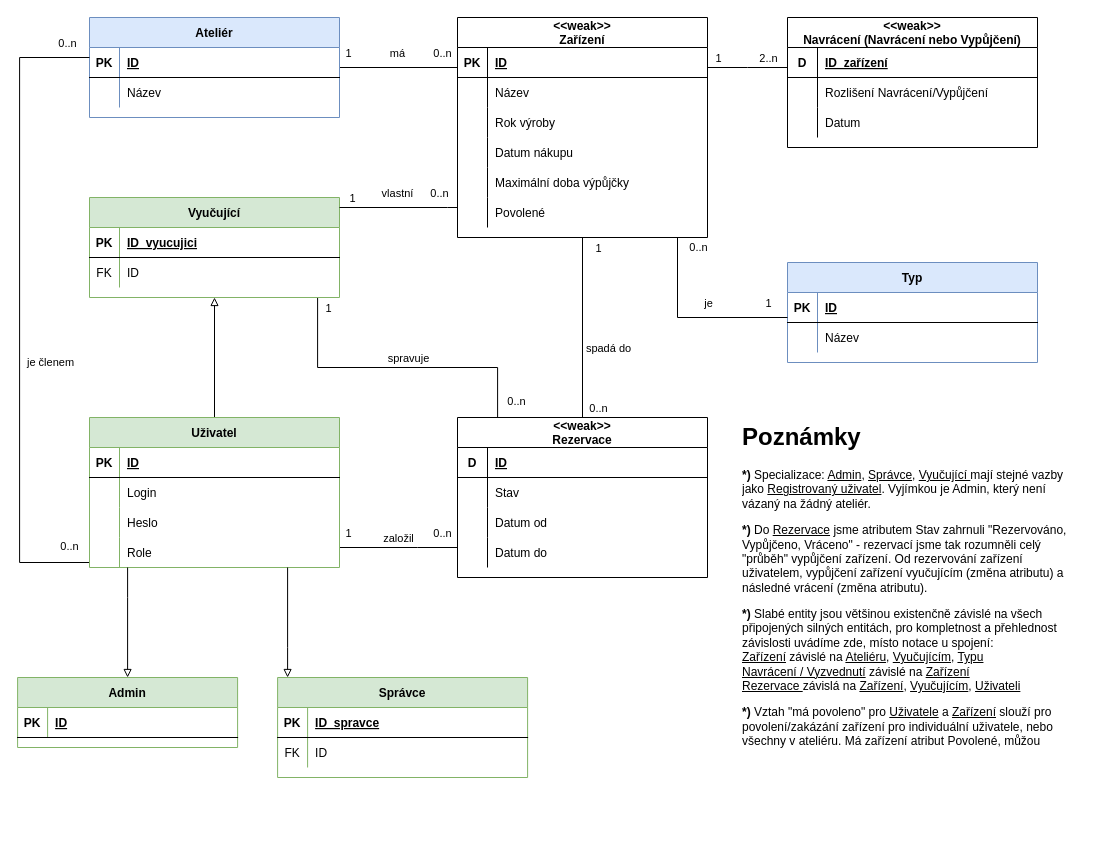
The draw.io diagram page "ER Diagram" (1 of 2) of docs/Diagramy.drawio in petr-plihal/is-for-art-school, before the edit. Source tidied: cells renumbered, new cells numbered last; positions are measured from the earlier drawing's top-left corner, leaving out a move shared by most shapes. Both pictures are drawn from the tidied source at 100%, with x=0, y=0 at pixel (17, 17).
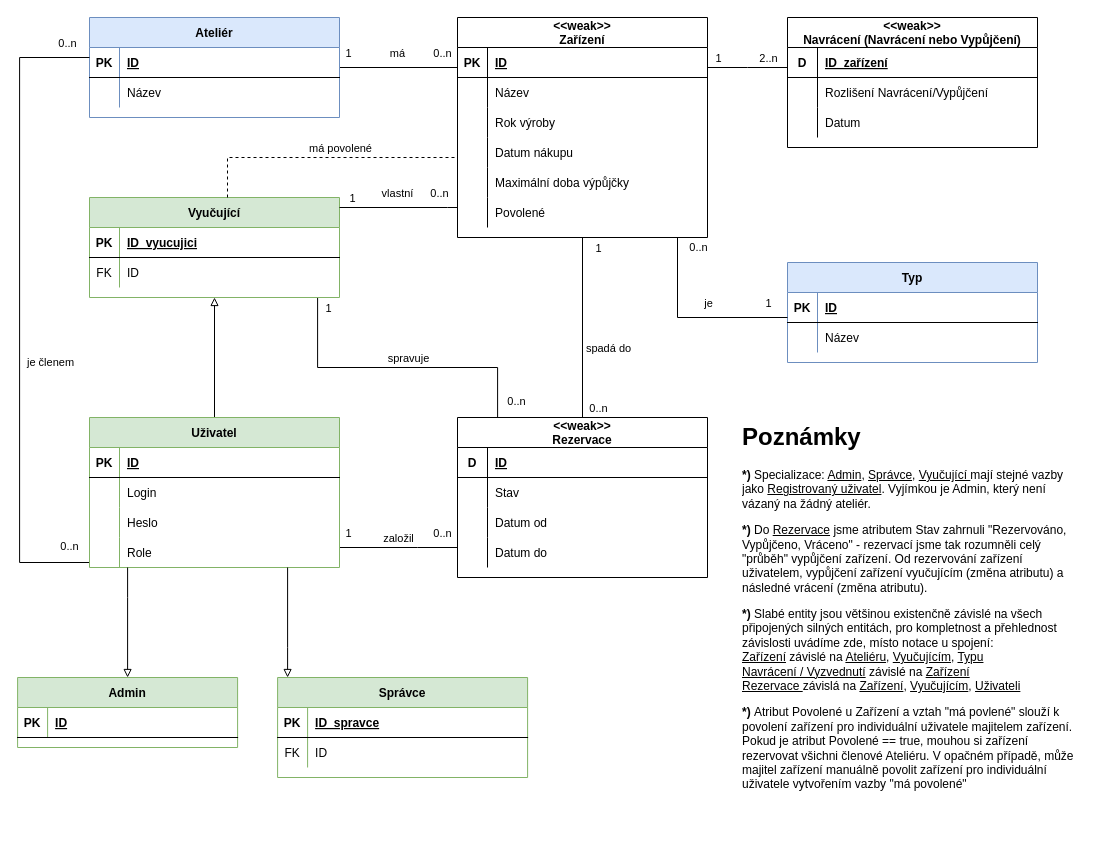
Above is the later version.

Unchanged cells that the change refers to:
```xml
<mxCell id="6" value="&lt;&lt;weak&gt;&gt;&#10;Zařízení" style="shape=table;startSize=30;childLayout=tableLayout;rowLines=0;fontStyle=1;align=center;" parent="1" vertex="1">
  <mxGeometry x="440" width="250" height="220" as="geometry" />
</mxCell>
<mxCell id="56" value="Vyučující" style="shape=table;startSize=30;childLayout=tableLayout;rowLines=0;fontStyle=1;align=center;fillColor=#d5e8d4;strokeColor=#82b366;" parent="1" vertex="1">
  <mxGeometry x="72" y="180" width="250" height="100" as="geometry" />
</mxCell>
```

Change to the diagram source:
```diff
@@
-    <mxCell id="124" value="&lt;h1&gt;Poznámky&lt;/h1&gt;&lt;p&gt;&lt;b&gt;*) &lt;/b&gt;Specializace: &lt;u&gt;Admin&lt;/u&gt;, &lt;u&gt;Správce&lt;/u&gt;, &lt;u&gt;Vyučující &lt;/u&gt;mají stejné vazby jako &lt;u&gt;Registrovaný uživatel&lt;/u&gt;. Vyjímkou je Admin, který není vázaný na žádný ateliér.&lt;/p&gt;&lt;p&gt;&lt;b&gt;*)&lt;/b&gt; Do &lt;u&gt;Rezervace&lt;/u&gt; jsme atributem Stav zahrnuli &quot;Rezervováno, Vypůjčeno, Vráceno&quot; - rezervací jsme tak rozumněli celý &quot;průběh&quot; vypůjčení zařízení. Od rezervování zařízení uživatelem, vypůjčení zařízení vyučujícím (změna atributu) a následné vrácení (změna atributu).&lt;/p&gt;&lt;p&gt;&lt;b&gt;*) &lt;/b&gt;Slabé entity jsou většinou existenčně závislé na všech připojených silných entitách, pro kompletnost a přehlednost závislosti uvádíme zde, místo notace u spojení:&amp;nbsp;&lt;br&gt;&lt;u&gt;Zařízení&lt;/u&gt; závislé na &lt;u&gt;Ateliéru&lt;/u&gt;, &lt;u&gt;Vyučujícím&lt;/u&gt;, &lt;u&gt;Typu&lt;/u&gt;&lt;br&gt;&lt;u&gt;Navrácení / Vyzvednutí&lt;/u&gt;&amp;nbsp;závislé na &lt;u&gt;Zařízení&lt;/u&gt;&lt;br&gt;&lt;u&gt;Rezervace &lt;/u&gt;závislá na &lt;u&gt;Zařízení&lt;/u&gt;, &lt;u&gt;Vyučujícím&lt;/u&gt;, &lt;u&gt;Uživateli&lt;/u&gt;&lt;/p&gt;&lt;p&gt;&lt;b&gt;*)&lt;/b&gt;&amp;nbsp;Vztah &quot;má povoleno&quot; pro &lt;u&gt;Uživatele&lt;/u&gt; a &lt;u&gt;Zařízení&lt;/u&gt;&amp;nbsp;slouží pro povolení/zakázání zařízení pro individuální uživatele, nebo všechny v ateliéru. Má zařízení atribut Povolené, můžou&amp;nbsp;&lt;/p&gt;" style="text;html=1;strokeColor=none;fillColor=none;spacing=5;spacingTop=-20;whiteSpace=wrap;overflow=hidden;rounded=0;" parent="1" vertex="1">
-      <mxGeometry x="720" y="400" width="340.1" height="360" as="geometry" />
+    <mxCell id="124" value="&lt;h1&gt;Poznámky&lt;/h1&gt;&lt;p&gt;&lt;b&gt;*) &lt;/b&gt;Specializace: &lt;u&gt;Admin&lt;/u&gt;, &lt;u&gt;Správce&lt;/u&gt;, &lt;u&gt;Vyučující &lt;/u&gt;mají stejné vazby jako &lt;u&gt;Registrovaný uživatel&lt;/u&gt;. Vyjímkou je Admin, který není vázaný na žádný ateliér.&lt;/p&gt;&lt;p&gt;&lt;b&gt;*)&lt;/b&gt; Do &lt;u&gt;Rezervace&lt;/u&gt; jsme atributem Stav zahrnuli &quot;Rezervováno, Vypůjčeno, Vráceno&quot; - rezervací jsme tak rozumněli celý &quot;průběh&quot; vypůjčení zařízení. Od rezervování zařízení uživatelem, vypůjčení zařízení vyučujícím (změna atributu) a následné vrácení (změna atributu).&lt;/p&gt;&lt;p&gt;&lt;b&gt;*) &lt;/b&gt;Slabé entity jsou většinou existenčně závislé na všech připojených silných entitách, pro kompletnost a přehlednost závislosti uvádíme zde, místo notace u spojení:&amp;nbsp;&lt;br&gt;&lt;u&gt;Zařízení&lt;/u&gt; závislé na &lt;u&gt;Ateliéru&lt;/u&gt;, &lt;u&gt;Vyučujícím&lt;/u&gt;, &lt;u&gt;Typu&lt;/u&gt;&lt;br&gt;&lt;u&gt;Navrácení / Vyzvednutí&lt;/u&gt;&amp;nbsp;závislé na &lt;u&gt;Zařízení&lt;/u&gt;&lt;br&gt;&lt;u&gt;Rezervace &lt;/u&gt;závislá na &lt;u&gt;Zařízení&lt;/u&gt;, &lt;u&gt;Vyučujícím&lt;/u&gt;, &lt;u&gt;Uživateli&lt;/u&gt;&lt;/p&gt;&lt;p&gt;&lt;b&gt;*)&lt;/b&gt;&amp;nbsp;Atribut Povolené u Zařízení a vztah &quot;má povlené&quot; slouží k povolení zařízení pro individuální uživatele majitelem zařízení. Pokud je atribut Povolené == true, mouhou si zařízení rezervovat všichni členové Ateliéru. V opačném případě, může majitel zařízení manuálně povolit zařízení pro individuální uživatele vytvořením vazby &quot;má povolené&quot;&lt;/p&gt;" style="text;html=1;strokeColor=none;fillColor=none;spacing=5;spacingTop=-20;whiteSpace=wrap;overflow=hidden;rounded=0;" parent="1" vertex="1">
+      <mxGeometry x="720" y="400" width="340.1" height="410" as="geometry" />
     </mxCell>
+    <mxCell id="125" style="edgeStyle=orthogonalEdgeStyle;rounded=0;jettySize=auto;html=1;dashed=1;endArrow=none;endFill=0;" parent="1" edge="1" source="56" target="6">
+      <mxGeometry relative="1" as="geometry">
+        <Array as="points">
+          <mxPoint x="210" y="140" />
+        </Array>
+      </mxGeometry>
+    </mxCell>
+    <mxCell id="126" value="má povolené" style="edgeLabel;html=1;align=center;verticalAlign=middle;" parent="125" vertex="1">
+      <mxGeometry x="-0.04" y="-2" relative="1" as="geometry">
+        <mxPoint x="22" y="-12" as="offset" />
+      </mxGeometry>
+    </mxCell>
```
